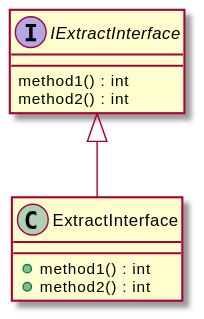
Before: uml/After/Extract/ExtractInterface.svg, a diagram exported from PlantUML (claremacrae/RefactoringSamples).
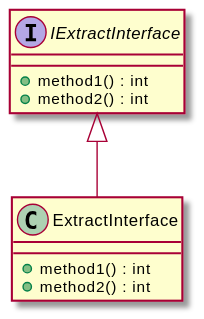
Later version of the same file.

Change to the diagram source:
```diff
@@ -1,7 +1,7 @@
 @startuml
 interface IExtractInterface {
-    method1() : int
-    method2() : int
+    + method1() : int
+    + method2() : int
 }
 class ExtractInterface {
     + method1() : int
```
